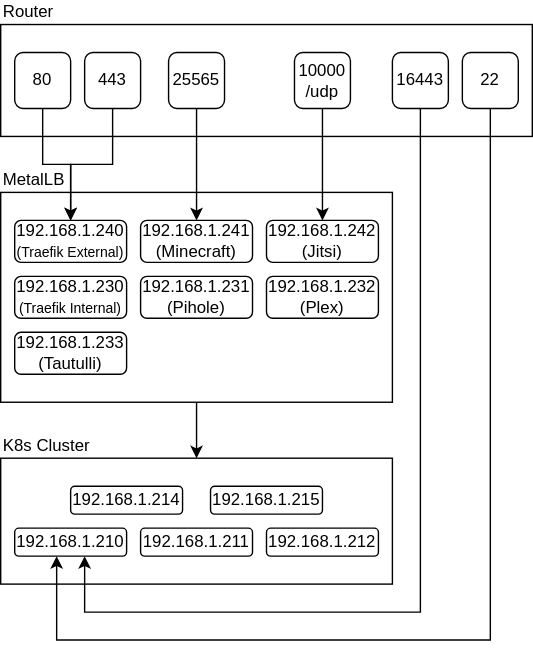
Above: docs/images/network.drawio.svg in mchill/home (draw.io), before the change. Source tidied: cells renumbered, new cells last; positions are measured from the earlier drawing's top-left corner, leaving out a move shared by most shapes.
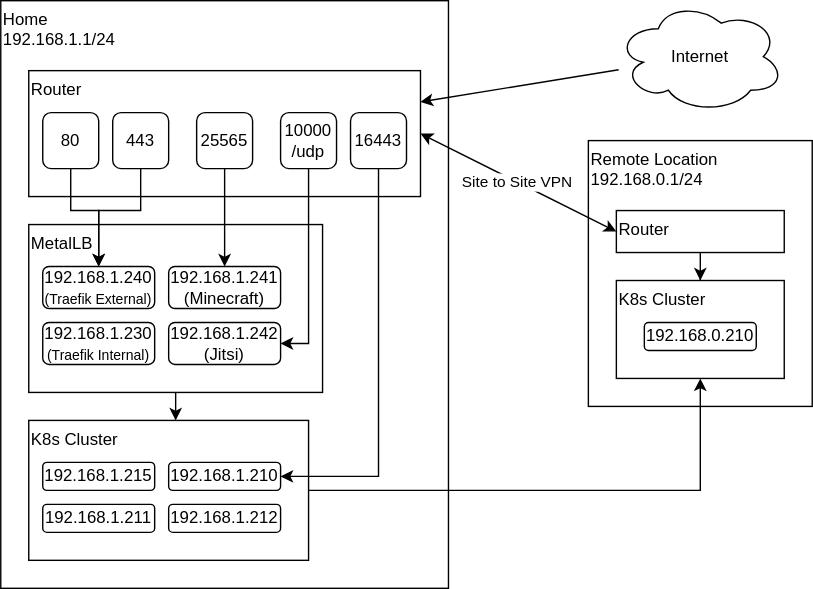
The same file after the commit.

Commit message:
Update network diagram

Add second site to diagram.

Diff of the diagram source:
```diff
@@ -2,99 +2,127 @@
   <root>
     <mxCell id="0" />
     <mxCell id="1" parent="0" />
+    <mxCell id="30" value="Home&lt;div&gt;192.168.1.1/24&lt;/div&gt;" style="rounded=0;whiteSpace=wrap;html=1;align=left;verticalAlign=top;" parent="1" vertex="1">
+      <mxGeometry x="-40" y="-40" width="320" height="420" as="geometry" />
+    </mxCell>
     <mxCell id="2" style="edgeStyle=orthogonalEdgeStyle;rounded=0;jettySize=auto;html=1;" parent="1" edge="1" source="3" target="21">
-      <mxGeometry relative="1" as="geometry" />
+      <mxGeometry relative="1" as="geometry">
+        <Array as="points">
+          <mxPoint x="80" y="300" />
+          <mxPoint x="80" y="300" />
+        </Array>
+      </mxGeometry>
     </mxCell>
-    <mxCell id="3" value="MetalLB" style="rounded=0;whiteSpace=wrap;html=1;align=left;labelPosition=center;verticalLabelPosition=top;verticalAlign=bottom;" parent="1" vertex="1">
-      <mxGeometry y="120" width="280" height="150" as="geometry" />
+    <mxCell id="3" value="MetalLB" style="rounded=0;whiteSpace=wrap;html=1;align=left;labelPosition=center;verticalLabelPosition=middle;verticalAlign=top;" parent="1" vertex="1">
+      <mxGeometry x="-20" y="120" width="210" height="120" as="geometry" />
     </mxCell>
     <mxCell id="4" value="192.168.1.240&lt;br&gt;&lt;font style=&quot;font-size: 10px&quot;&gt;(Traefik External)&lt;/font&gt;" style="rounded=1;whiteSpace=wrap;html=1;" parent="1" vertex="1">
-      <mxGeometry x="10" y="140" width="80" height="30" as="geometry" />
+      <mxGeometry x="-10" y="150" width="80" height="30" as="geometry" />
     </mxCell>
     <mxCell id="5" value="192.168.1.241&lt;br&gt;(Minecraft)" style="rounded=1;whiteSpace=wrap;html=1;" parent="1" vertex="1">
-      <mxGeometry x="100" y="140" width="80" height="30" as="geometry" />
+      <mxGeometry x="80" y="150" width="80" height="30" as="geometry" />
     </mxCell>
     <mxCell id="6" value="192.168.1.230&lt;br&gt;&lt;font style=&quot;font-size: 10px&quot;&gt;(Traefik Internal)&lt;/font&gt;" style="rounded=1;whiteSpace=wrap;html=1;" parent="1" vertex="1">
-      <mxGeometry x="10" y="180" width="80" height="30" as="geometry" />
+      <mxGeometry x="-10" y="190" width="80" height="30" as="geometry" />
     </mxCell>
     <mxCell id="7" value="192.168.1.242&lt;br&gt;(Jitsi)" style="rounded=1;whiteSpace=wrap;html=1;" parent="1" vertex="1">
-      <mxGeometry x="190" y="140" width="80" height="30" as="geometry" />
+      <mxGeometry x="80" y="190" width="80" height="30" as="geometry" />
     </mxCell>
-    <mxCell id="8" value="Router" style="rounded=0;whiteSpace=wrap;html=1;align=left;labelPosition=center;verticalLabelPosition=top;verticalAlign=bottom;" parent="1" vertex="1">
-      <mxGeometry width="380" height="80" as="geometry" />
+    <mxCell id="8" value="&lt;div&gt;&lt;span style=&quot;background-color: transparent; color: light-dark(rgb(0, 0, 0), rgb(255, 255, 255));&quot;&gt;Router&lt;/span&gt;&lt;/div&gt;" style="rounded=0;whiteSpace=wrap;html=1;align=left;labelPosition=center;verticalLabelPosition=middle;verticalAlign=top;" parent="1" vertex="1">
+      <mxGeometry x="-20" y="10" width="280" height="90" as="geometry" />
     </mxCell>
     <mxCell id="9" style="edgeStyle=orthogonalEdgeStyle;rounded=0;jettySize=auto;html=1;" parent="1" edge="1" source="10" target="4">
-      <mxGeometry relative="1" as="geometry" />
+      <mxGeometry relative="1" as="geometry">
+        <Array as="points">
+          <mxPoint x="10" y="110" />
+          <mxPoint x="30" y="110" />
+        </Array>
+      </mxGeometry>
     </mxCell>
     <mxCell id="10" value="80" style="rounded=1;whiteSpace=wrap;html=1;" parent="1" vertex="1">
-      <mxGeometry x="10" y="20" width="40" height="40" as="geometry" />
+      <mxGeometry x="-10" y="40" width="40" height="40" as="geometry" />
     </mxCell>
     <mxCell id="11" style="edgeStyle=orthogonalEdgeStyle;rounded=0;jettySize=auto;html=1;" parent="1" edge="1" source="12" target="4">
-      <mxGeometry relative="1" as="geometry" />
+      <mxGeometry relative="1" as="geometry">
+        <Array as="points">
+          <mxPoint x="60" y="110" />
+          <mxPoint x="30" y="110" />
+        </Array>
+      </mxGeometry>
     </mxCell>
     <mxCell id="12" value="443" style="rounded=1;whiteSpace=wrap;html=1;" parent="1" vertex="1">
-      <mxGeometry x="60" y="20" width="40" height="40" as="geometry" />
+      <mxGeometry x="40" y="40" width="40" height="40" as="geometry" />
     </mxCell>
     <mxCell id="13" style="edgeStyle=orthogonalEdgeStyle;rounded=0;jettySize=auto;html=1;" parent="1" edge="1" source="14" target="5">
       <mxGeometry relative="1" as="geometry" />
     </mxCell>
     <mxCell id="14" value="25565" style="rounded=1;whiteSpace=wrap;html=1;" parent="1" vertex="1">
-      <mxGeometry x="120" y="20" width="40" height="40" as="geometry" />
+      <mxGeometry x="100" y="40" width="40" height="40" as="geometry" />
     </mxCell>
-    <mxCell id="15" style="edgeStyle=orthogonalEdgeStyle;rounded=0;jettySize=auto;html=1;entryX=0.5;entryY=0;entryDx=0;entryDy=0;" parent="1" edge="1" source="16" target="7">
-      <mxGeometry relative="1" as="geometry" />
+    <mxCell id="15" style="edgeStyle=orthogonalEdgeStyle;rounded=0;jettySize=auto;html=1;entryX=1;entryY=0.5;entryDx=0;entryDy=0;" parent="1" edge="1" source="16" target="7">
+      <mxGeometry relative="1" as="geometry">
+        <Array as="points">
+          <mxPoint x="180" y="205" />
+        </Array>
+      </mxGeometry>
     </mxCell>
     <mxCell id="16" value="10000&lt;br&gt;/udp" style="rounded=1;whiteSpace=wrap;html=1;" parent="1" vertex="1">
-      <mxGeometry x="210" y="20" width="40" height="40" as="geometry" />
+      <mxGeometry x="160" y="40" width="40" height="40" as="geometry" />
     </mxCell>
-    <mxCell id="17" value="22" style="rounded=1;whiteSpace=wrap;html=1;" parent="1" vertex="1">
-      <mxGeometry x="330" y="20" width="40" height="40" as="geometry" />
-    </mxCell>
     <mxCell id="18" value="16443" style="rounded=1;whiteSpace=wrap;html=1;" parent="1" vertex="1">
-      <mxGeometry x="280" y="20" width="40" height="40" as="geometry" />
+      <mxGeometry x="210" y="40" width="40" height="40" as="geometry" />
     </mxCell>
-    <mxCell id="19" value="192.168.1.231&lt;br&gt;(Pihole)" style="rounded=1;whiteSpace=wrap;html=1;" parent="1" vertex="1">
-      <mxGeometry x="100" y="180" width="80" height="30" as="geometry" />
-    </mxCell>
-    <mxCell id="20" value="192.168.1.232&lt;br&gt;(Plex)" style="rounded=1;whiteSpace=wrap;html=1;" parent="1" vertex="1">
-      <mxGeometry x="190" y="180" width="80" height="30" as="geometry" />
-    </mxCell>
-    <mxCell id="21" value="K8s Cluster" style="rounded=0;whiteSpace=wrap;html=1;align=left;labelPosition=center;verticalLabelPosition=top;verticalAlign=bottom;" parent="1" vertex="1">
-      <mxGeometry y="310" width="280" height="90" as="geometry" />
+    <mxCell id="21" value="K8s Cluster" style="rounded=0;whiteSpace=wrap;html=1;align=left;labelPosition=center;verticalLabelPosition=middle;verticalAlign=top;" parent="1" vertex="1">
+      <mxGeometry x="-20" y="260" width="200" height="100" as="geometry" />
     </mxCell>
     <mxCell id="22" value="192.168.1.210" style="rounded=1;whiteSpace=wrap;html=1;" parent="1" vertex="1">
-      <mxGeometry x="10" y="360" width="80" height="20" as="geometry" />
+      <mxGeometry x="80" y="290" width="80" height="20" as="geometry" />
     </mxCell>
     <mxCell id="23" value="192.168.1.211" style="rounded=1;whiteSpace=wrap;html=1;" parent="1" vertex="1">
-      <mxGeometry x="100" y="360" width="80" height="20" as="geometry" />
+      <mxGeometry x="-10" y="320" width="80" height="20" as="geometry" />
     </mxCell>
     <mxCell id="24" value="192.168.1.212" style="rounded=1;whiteSpace=wrap;html=1;" parent="1" vertex="1">
-      <mxGeometry x="190" y="360" width="80" height="20" as="geometry" />
+      <mxGeometry x="80" y="320" width="80" height="20" as="geometry" />
     </mxCell>
-    <mxCell id="25" style="edgeStyle=orthogonalEdgeStyle;rounded=0;jettySize=auto;html=1;" parent="1" edge="1" source="17" target="22">
-      <mxGeometry relative="1" as="geometry">
-        <Array as="points">
-          <mxPoint x="350" y="440" />
-          <mxPoint x="40" y="440" />
-        </Array>
-      </mxGeometry>
-    </mxCell>
     <mxCell id="26" style="edgeStyle=orthogonalEdgeStyle;rounded=0;jettySize=auto;html=1;exitX=0.5;exitY=1;exitDx=0;exitDy=0;" parent="1" edge="1" source="18" target="22">
       <mxGeometry relative="1" as="geometry">
         <Array as="points">
-          <mxPoint x="300" y="420" />
-          <mxPoint x="60" y="420" />
+          <mxPoint x="230" y="300" />
         </Array>
       </mxGeometry>
     </mxCell>
-    <mxCell id="27" value="192.168.1.214" style="rounded=1;whiteSpace=wrap;html=1;" parent="1" vertex="1">
-      <mxGeometry x="50" y="330" width="80" height="20" as="geometry" />
-    </mxCell>
     <mxCell id="28" value="192.168.1.215" style="rounded=1;whiteSpace=wrap;html=1;" parent="1" vertex="1">
-      <mxGeometry x="150" y="330" width="80" height="20" as="geometry" />
+      <mxGeometry x="-10" y="290" width="80" height="20" as="geometry" />
     </mxCell>
-    <mxCell id="29" value="192.168.1.233&lt;br&gt;(Tautulli)" style="rounded=1;whiteSpace=wrap;html=1;" parent="1" vertex="1">
-      <mxGeometry x="10" y="220" width="80" height="30" as="geometry" />
-    </mxCell>
+    <mxCell id="31" value="Remote Location&lt;div&gt;192.168.0.1/24&lt;/div&gt;" style="rounded=0;whiteSpace=wrap;html=1;verticalAlign=top;align=left;" parent="1" vertex="1">
+      <mxGeometry x="380" y="60" width="160" height="190" as="geometry" />
+    </mxCell>
+    <mxCell id="32" style="rounded=0;jettySize=auto;html=1;" parent="1" edge="1" source="33" target="8">
+      <mxGeometry relative="1" as="geometry" />
+    </mxCell>
+    <mxCell id="33" value="Internet" style="ellipse;shape=cloud;whiteSpace=wrap;html=1;" parent="1" vertex="1">
+      <mxGeometry x="400" y="-40" width="120" height="80" as="geometry" />
+    </mxCell>
+    <mxCell id="34" value="K8s Cluster" style="rounded=0;whiteSpace=wrap;html=1;align=left;labelPosition=center;verticalLabelPosition=middle;verticalAlign=top;" parent="1" vertex="1">
+      <mxGeometry x="400" y="160" width="120" height="70" as="geometry" />
+    </mxCell>
+    <mxCell id="35" value="192.168.0.210" style="rounded=1;whiteSpace=wrap;html=1;" parent="1" vertex="1">
+      <mxGeometry x="420" y="190" width="80" height="20" as="geometry" />
+    </mxCell>
+    <mxCell id="36" style="edgeStyle=orthogonalEdgeStyle;rounded=0;jettySize=auto;html=1;" parent="1" edge="1" source="37" target="34">
+      <mxGeometry relative="1" as="geometry" />
+    </mxCell>
+    <mxCell id="37" value="Router" style="rounded=0;whiteSpace=wrap;html=1;align=left;labelPosition=center;verticalLabelPosition=middle;verticalAlign=top;" parent="1" vertex="1">
+      <mxGeometry x="400" y="110" width="120" height="30" as="geometry" />
+    </mxCell>
+    <mxCell id="38" style="rounded=0;jettySize=auto;html=1;startArrow=classic;startFill=1;entryX=0;entryY=0.5;entryDx=0;entryDy=0;exitX=1;exitY=0.5;exitDx=0;exitDy=0;" parent="1" edge="1" source="8" target="37">
+      <mxGeometry relative="1" as="geometry" />
+    </mxCell>
+    <mxCell id="39" value="Site to Site VPN" style="edgeLabel;html=1;align=center;verticalAlign=middle;" parent="38" vertex="1">
+      <mxGeometry x="-0.02" relative="1" as="geometry" />
+    </mxCell>
+    <mxCell id="40" style="edgeStyle=orthogonalEdgeStyle;rounded=0;jettySize=auto;html=1;" parent="1" edge="1" source="21" target="34">
+      <mxGeometry relative="1" as="geometry" />
+    </mxCell>
   </root>
 </mxGraphModel>
```
